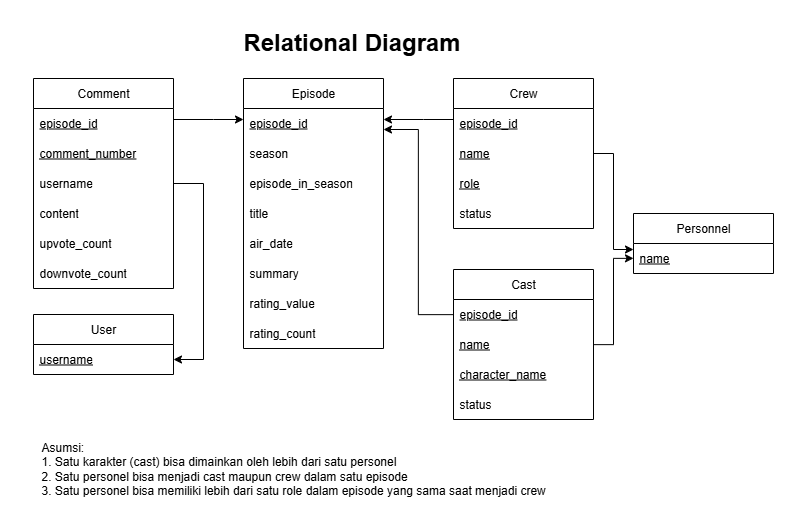
This is Data Storing/design/Relational Diagram.png from wargabasdat/Seleksi-2025-Tugas-1, a draw.io export, as it was before one commit. Source tidied: cells renumbered, new cells last; positions are measured from the earlier drawing's top-left corner, leaving out a move shared by most shapes.
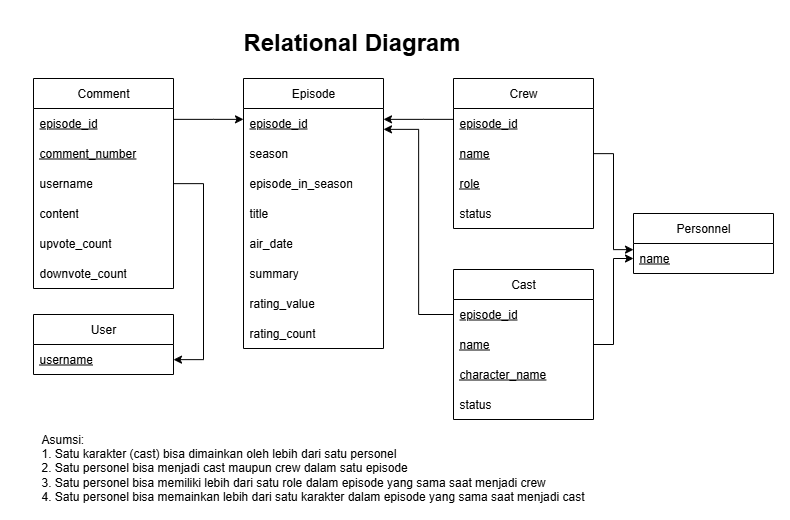
Later version of the same file.

Commit message:
fix: revise diagrams

What changed in the source:
```diff
@@ -3,7 +3,7 @@
     <mxCell id="0" />
     <mxCell id="1" parent="0" />
     <mxCell id="2" style="rounded=0;whiteSpace=wrap;html=1;strokeColor=none;" parent="1" vertex="1">
-      <mxGeometry width="790" height="510" as="geometry" />
+      <mxGeometry width="790" height="520" as="geometry" />
     </mxCell>
     <mxCell id="3" value="Episode" style="swimlane;fontStyle=0;horizontal=1;startSize=30;whiteSpace=wrap;html=1;" parent="1" vertex="1">
       <mxGeometry x="243" y="78" width="140" height="270" as="geometry" />
@@ -138,7 +138,7 @@
         </Array>
       </mxGeometry>
     </mxCell>
-    <mxCell id="39" value="&lt;div style=&quot;text-align: justify;&quot;&gt;&lt;span style=&quot;background-color: transparent; color: light-dark(rgb(0, 0, 0), rgb(255, 255, 255));&quot;&gt;Asumsi:&amp;nbsp;&lt;/span&gt;&lt;/div&gt;&lt;div style=&quot;text-align: justify;&quot;&gt;1. Satu karakter (cast) bisa dimainkan oleh lebih dari satu personel&lt;/div&gt;&lt;div style=&quot;text-align: justify;&quot;&gt;&lt;span style=&quot;background-color: transparent; color: light-dark(rgb(0, 0, 0), rgb(255, 255, 255));&quot;&gt;2. Satu personel bisa menjadi cast maupun crew dalam satu episode&lt;/span&gt;&lt;/div&gt;&lt;div style=&quot;text-align: justify;&quot;&gt;&lt;span style=&quot;background-color: transparent; color: light-dark(rgb(0, 0, 0), rgb(255, 255, 255));&quot;&gt;3. Satu personel bisa memiliki lebih dari satu role dalam episode yang sama saat menjadi crew&lt;/span&gt;&lt;/div&gt;" style="text;html=1;align=left;verticalAlign=middle;whiteSpace=wrap;rounded=0;" parent="1" vertex="1">
+    <mxCell id="39" value="&lt;div style=&quot;text-align: justify;&quot;&gt;&lt;span style=&quot;background-color: transparent; color: light-dark(rgb(0, 0, 0), rgb(255, 255, 255));&quot;&gt;Asumsi:&amp;nbsp;&lt;/span&gt;&lt;/div&gt;&lt;div style=&quot;text-align: justify;&quot;&gt;1. Satu karakter (cast) bisa dimainkan oleh lebih dari satu personel&lt;/div&gt;&lt;div style=&quot;text-align: justify;&quot;&gt;&lt;span style=&quot;background-color: transparent; color: light-dark(rgb(0, 0, 0), rgb(255, 255, 255));&quot;&gt;2. Satu personel bisa menjadi cast maupun crew dalam satu episode&lt;/span&gt;&lt;/div&gt;&lt;div style=&quot;text-align: justify;&quot;&gt;&lt;span style=&quot;background-color: transparent; color: light-dark(rgb(0, 0, 0), rgb(255, 255, 255));&quot;&gt;3. Satu personel bisa memiliki lebih dari satu role dalam episode yang sama saat menjadi crew&lt;/span&gt;&lt;/div&gt;&lt;div style=&quot;text-align: justify;&quot;&gt;4. Satu personel bisa memainkan lebih dari satu karakter dalam episode yang sama saat menjadi cast&lt;span style=&quot;background-color: transparent; color: light-dark(rgb(0, 0, 0), rgb(255, 255, 255));&quot;&gt;&lt;/span&gt;&lt;/div&gt;" style="text;html=1;align=left;verticalAlign=middle;whiteSpace=wrap;rounded=0;" parent="1" vertex="1">
       <mxGeometry x="39" y="435" width="729" height="65" as="geometry" />
     </mxCell>
     <mxCell id="40" value="&lt;h1 style=&quot;margin-top: 0px;&quot;&gt;Relational Diagram&lt;/h1&gt;" style="text;html=1;whiteSpace=wrap;overflow=hidden;rounded=0;align=center;" parent="1" vertex="1">
```
